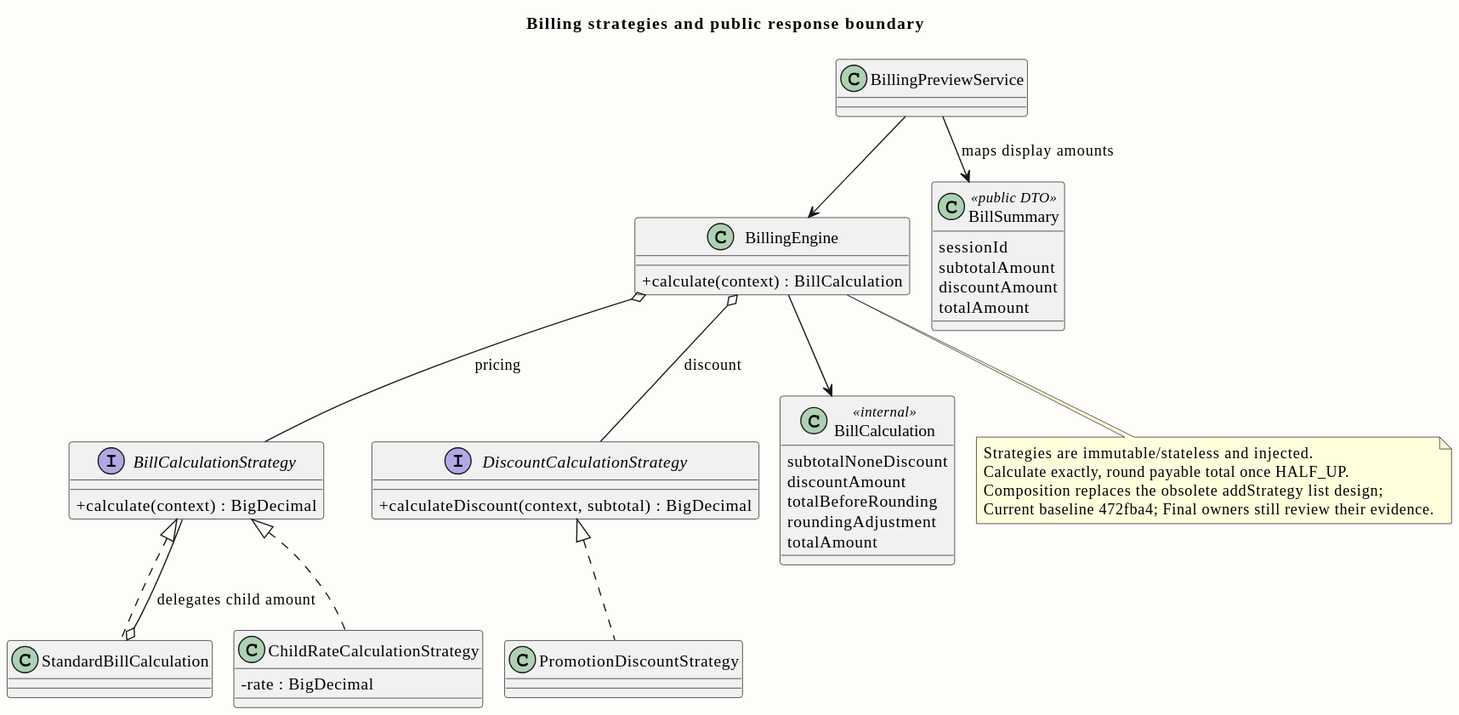
Earlier version of the PlantUML export doc/diagrams/previews/class-billing-strategy.svg (PavaritPramual/buffet-restaurant-management-system). Source of this version:
```plantuml
@startuml
!pragma layout smetana
skinparam shadowing false
skinparam classAttributeIconSize 0
skinparam backgroundColor #FFFDF9
skinparam defaultFontName Tahoma

title Billing strategies and public response boundary
interface BillCalculationStrategy {
 +calculate(context) : BigDecimal
}
interface DiscountCalculationStrategy {
 +calculateDiscount(context, subtotal) : BigDecimal
}
class StandardBillCalculation
class ChildRateCalculationStrategy {
 -rate : BigDecimal
}
class PromotionDiscountStrategy
class BillingEngine {
 +calculate(context) : BillCalculation
}
class BillCalculation <<internal>> {
 subtotalNoneDiscount
 discountAmount
 totalBeforeRounding
 roundingAdjustment
 totalAmount
}
class BillingPreviewService
class BillSummary <<public DTO>> {
 sessionId
 subtotalAmount
 discountAmount
 totalAmount
}
BillCalculationStrategy <|.. StandardBillCalculation
BillCalculationStrategy <|.. ChildRateCalculationStrategy
DiscountCalculationStrategy <|.. PromotionDiscountStrategy
StandardBillCalculation o-- BillCalculationStrategy : delegates child amount
BillingEngine o-- BillCalculationStrategy : pricing
BillingEngine o-- DiscountCalculationStrategy : discount
BillingEngine --> BillCalculation
BillingPreviewService --> BillingEngine
BillingPreviewService --> BillSummary : maps display amounts
note bottom of BillingEngine
 Strategies are immutable/stateless and injected.
 Calculate exactly, round payable total once HALF_UP.
 Composition replaces the obsolete addStrategy list design;
 Current baseline 472fba4; Final owners still review their evidence.
end note
@enduml
```
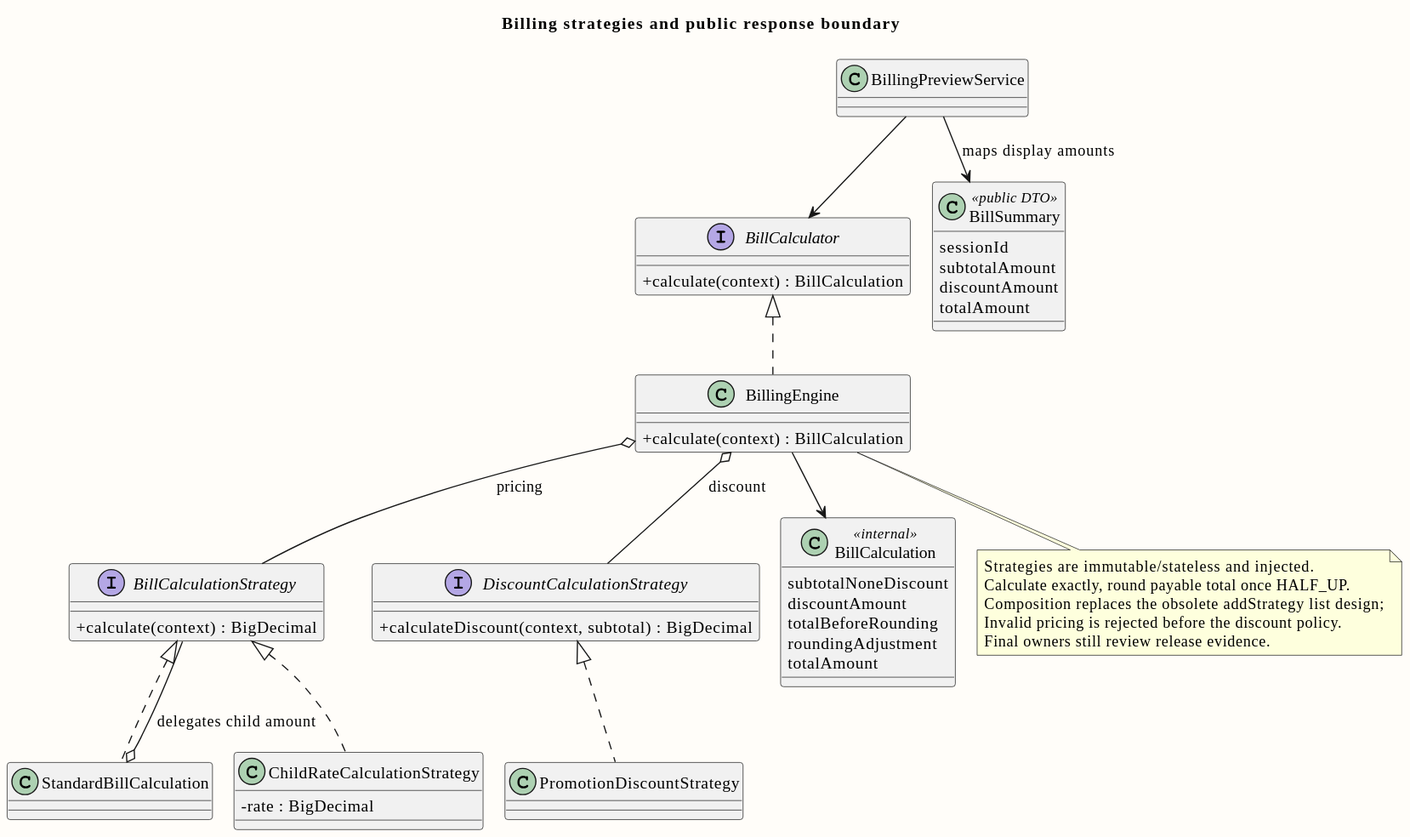
The same file after the commit.

Change to the diagram source:
```diff
@@ -17,6 +17,9 @@
  -rate : BigDecimal
 }
 class PromotionDiscountStrategy
+interface BillCalculator {
+ +calculate(context) : BillCalculation
+}
 class BillingEngine {
  +calculate(context) : BillCalculation
 }
@@ -41,12 +44,14 @@
 BillingEngine o-- BillCalculationStrategy : pricing
 BillingEngine o-- DiscountCalculationStrategy : discount
 BillingEngine --> BillCalculation
-BillingPreviewService --> BillingEngine
+BillCalculator <|.. BillingEngine
+BillingPreviewService --> BillCalculator
 BillingPreviewService --> BillSummary : maps display amounts
 note bottom of BillingEngine
  Strategies are immutable/stateless and injected.
  Calculate exactly, round payable total once HALF_UP.
  Composition replaces the obsolete addStrategy list design;
- Current baseline 472fba4; Final owners still review their evidence.
+ Invalid pricing is rejected before the discount policy.
+ Final owners still review release evidence.
 end note
 @enduml
```
